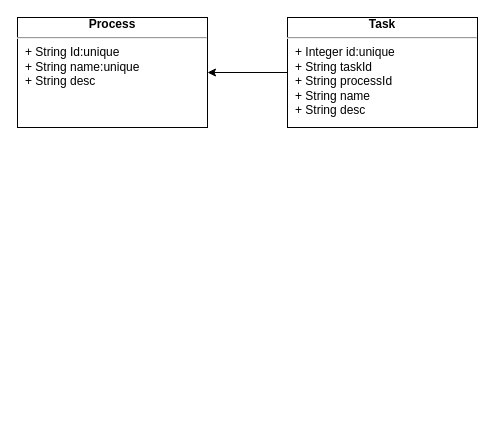
Earlier version of the draw.io diagram 20221110-优信拍售后过户流程设计.drawio (specialnote/diagrams). Source tidied: cells renumbered, new cells numbered last; positions are measured from the earlier drawing's top-left corner, leaving out a move shared by most shapes. Both pictures are drawn from the tidied source at 100%, with x=0, y=0 at pixel (17, 17).
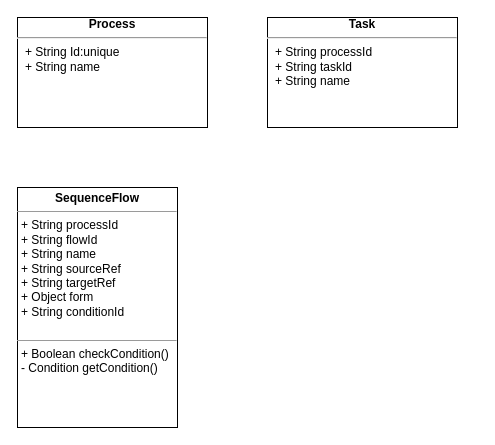
The same diagram, later.

Commit message (it also covers changes not shown here):
Update 20221110-优信拍售后过户流程设计.drawio

Diff of the diagram source:
```diff
@@
 <mxGraphModel>
   <root>
     <mxCell id="0" />
     <mxCell id="1" parent="0" />
-    <mxCell id="2" style="edgeStyle=orthogonalEdgeStyle;rounded=0;jettySize=auto;html=1;" parent="1" edge="1" source="3" target="4">
-      <mxGeometry relative="1" as="geometry" />
-    </mxCell>
-    <mxCell id="3" value="&lt;div align=&quot;center&quot;&gt;&lt;b&gt;Task&lt;/b&gt;&lt;br&gt;&lt;/div&gt;&lt;hr&gt;&lt;p style=&quot;margin:0px;margin-left:8px;&quot;&gt;+ Integer id:unique&lt;br&gt;&lt;/p&gt;&lt;p style=&quot;margin:0px;margin-left:8px;&quot;&gt;+ String taskId&lt;br&gt;&lt;/p&gt;&lt;p style=&quot;margin:0px;margin-left:8px;&quot;&gt;+ String processId&lt;br&gt;&lt;/p&gt;&lt;p style=&quot;margin:0px;margin-left:8px;&quot;&gt;+ String name&lt;br&gt;+ String desc&lt;/p&gt;&lt;p style=&quot;margin:0px;margin-left:8px;&quot;&gt;&lt;br&gt;&lt;/p&gt;&lt;p style=&quot;margin:0px;margin-left:8px;&quot;&gt;&lt;br&gt;&lt;/p&gt;" style="verticalAlign=middle;align=left;overflow=fill;fontSize=12;fontFamily=Helvetica;html=1;" parent="1" vertex="1">
-      <mxGeometry x="270" width="190" height="110" as="geometry" />
+    <mxCell id="3" value="&lt;div align=&quot;center&quot;&gt;&lt;b&gt;Task&lt;/b&gt;&lt;br&gt;&lt;/div&gt;&lt;hr&gt;&lt;p style=&quot;margin:0px;margin-left:8px;&quot;&gt;+ String processId&lt;/p&gt;&lt;p style=&quot;margin:0px;margin-left:8px;&quot;&gt;+ String taskId&lt;br&gt;&lt;/p&gt;&lt;p style=&quot;margin:0px;margin-left:8px;&quot;&gt;+ String name&lt;br&gt;&lt;br&gt;&lt;/p&gt;&lt;p style=&quot;margin:0px;margin-left:8px;&quot;&gt;&lt;br&gt;&lt;/p&gt;&lt;p style=&quot;margin:0px;margin-left:8px;&quot;&gt;&lt;br&gt;&lt;/p&gt;" style="verticalAlign=middle;align=left;overflow=fill;fontSize=12;fontFamily=Helvetica;html=1;" parent="1" vertex="1">
+      <mxGeometry x="250" width="190" height="110" as="geometry" />
     </mxCell>
-    <mxCell id="4" value="&lt;div align=&quot;center&quot;&gt;&lt;b&gt;Process&lt;/b&gt;&lt;br&gt;&lt;/div&gt;&lt;hr&gt;&lt;p style=&quot;margin:0px;margin-left:8px;&quot;&gt;+ String Id:unique&lt;/p&gt;&lt;p style=&quot;margin:0px;margin-left:8px;&quot;&gt;+ String name:unique&lt;/p&gt;&lt;p style=&quot;margin:0px;margin-left:8px;&quot;&gt;+ String desc&lt;br&gt;&lt;/p&gt;" style="verticalAlign=middle;align=left;overflow=fill;fontSize=12;fontFamily=Helvetica;html=1;" parent="1" vertex="1">
+    <mxCell id="4" value="&lt;div align=&quot;center&quot;&gt;&lt;b&gt;Process&lt;/b&gt;&lt;br&gt;&lt;/div&gt;&lt;hr&gt;&lt;p style=&quot;margin:0px;margin-left:8px;&quot;&gt;+ String Id:unique&lt;/p&gt;&lt;p style=&quot;margin:0px;margin-left:8px;&quot;&gt;+ String name&lt;/p&gt;&lt;p style=&quot;margin:0px;margin-left:8px;&quot;&gt;&lt;br&gt;&lt;/p&gt;" style="verticalAlign=middle;align=left;overflow=fill;fontSize=12;fontFamily=Helvetica;html=1;" parent="1" vertex="1">
       <mxGeometry width="190" height="110" as="geometry" />
     </mxCell>
+    <mxCell id="5" value="&lt;p style=&quot;margin:0px;margin-top:4px;text-align:center;&quot;&gt;&lt;b&gt;SequenceFlow&lt;/b&gt;&lt;br&gt;&lt;/p&gt;&lt;hr size=&quot;1&quot;&gt;&lt;p style=&quot;margin:0px;margin-left:4px;&quot;&gt;+ String processId&lt;/p&gt;&lt;p style=&quot;margin:0px;margin-left:4px;&quot;&gt;+ String flowId&lt;/p&gt;&lt;p style=&quot;margin:0px;margin-left:4px;&quot;&gt;+ String name&lt;/p&gt;&lt;p style=&quot;margin:0px;margin-left:4px;&quot;&gt;+ String sourceRef&lt;/p&gt;&lt;p style=&quot;margin:0px;margin-left:4px;&quot;&gt;+ String targetRef&lt;/p&gt;&lt;p style=&quot;margin:0px;margin-left:4px;&quot;&gt;+ Object form&lt;br&gt;&lt;/p&gt;&lt;p style=&quot;margin:0px;margin-left:4px;&quot;&gt;+ String conditionId&lt;br&gt;&lt;/p&gt;&lt;p style=&quot;margin:0px;margin-left:4px;&quot;&gt;&lt;br&gt;&lt;/p&gt;&lt;hr size=&quot;1&quot;&gt;&lt;p style=&quot;margin:0px;margin-left:4px;&quot;&gt;+ Boolean checkCondition()&lt;/p&gt;&lt;p style=&quot;margin:0px;margin-left:4px;&quot;&gt;- Condition getCondition()&lt;br&gt;&lt;/p&gt;" style="verticalAlign=top;align=left;overflow=fill;fontSize=12;fontFamily=Helvetica;html=1;" parent="1" vertex="1">
+      <mxGeometry y="170" width="160" height="240" as="geometry" />
+    </mxCell>
   </root>
 </mxGraphModel>
```
